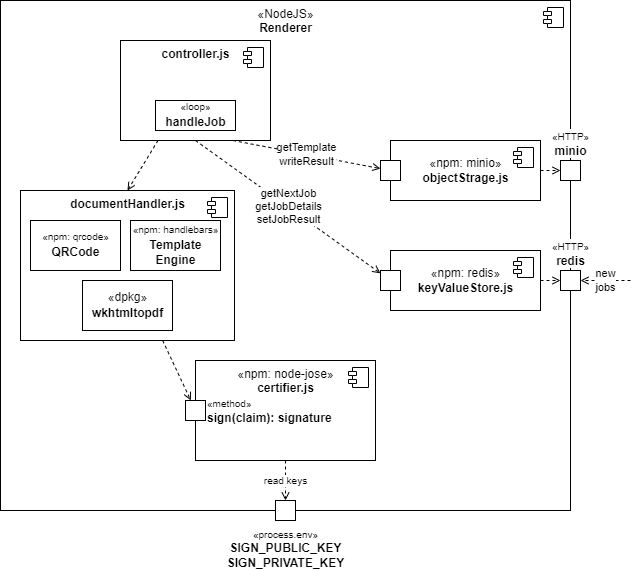
The draw.io diagram doc/box-view-L2-renderer.drawio.png in PapaBravo/certify-pdfs, before a commit. Source tidied: cells renumbered, new cells last; positions are measured from the earlier drawing's top-left corner, leaving out a move shared by most shapes. Its diagram source:
```xml
<mxGraphModel background="#ffffff">
  <root>
    <mxCell id="0" />
    <mxCell id="1" parent="0" />
    <mxCell id="2" value="«NodeJS»&lt;br&gt;&lt;b&gt;Renderer&lt;/b&gt;" style="html=1;verticalAlign=top;fillColor=none;" parent="1" vertex="1">
      <mxGeometry width="570" height="510" as="geometry" />
    </mxCell>
    <mxCell id="3" style="shape=module;jettyWidth=8;jettyHeight=4;" parent="2" vertex="1">
      <mxGeometry x="1" width="20" height="20" relative="1" as="geometry">
        <mxPoint x="-27" y="7" as="offset" />
      </mxGeometry>
    </mxCell>
    <mxCell id="4" style="edgeStyle=none;rounded=0;jettySize=auto;html=1;exitX=1;exitY=0.5;exitDx=0;exitDy=0;dashed=1;fontSize=10;endArrow=open;endFill=0;" parent="2" edge="1" source="5" target="11">
      <mxGeometry relative="1" as="geometry" />
    </mxCell>
    <mxCell id="5" value="«npm: minio»&lt;br&gt;&lt;b&gt;objectStrage.js&lt;br&gt;&lt;/b&gt;" style="html=1;strokeColor=default;strokeWidth=1;fillColor=default;" parent="2" vertex="1">
      <mxGeometry x="390" y="140" width="150" height="60" as="geometry" />
    </mxCell>
    <mxCell id="6" style="shape=module;jettyWidth=8;jettyHeight=4;strokeColor=default;strokeWidth=1;fillColor=none;" parent="5" vertex="1">
      <mxGeometry x="1" width="20" height="20" relative="1" as="geometry">
        <mxPoint x="-27" y="7" as="offset" />
      </mxGeometry>
    </mxCell>
    <mxCell id="7" style="html=1;strokeColor=default;strokeWidth=1;fillColor=default;labelPosition=center;verticalLabelPosition=top;align=center;verticalAlign=bottom;labelBackgroundColor=default;" parent="5" vertex="1">
      <mxGeometry x="-10" y="20" width="20" height="20" as="geometry" />
    </mxCell>
    <mxCell id="8" value="«npm: redis»&lt;br&gt;&lt;b&gt;keyValueStore.js&lt;br&gt;&lt;/b&gt;" style="html=1;strokeColor=default;strokeWidth=1;fillColor=default;" parent="2" vertex="1">
      <mxGeometry x="390" y="250" width="150" height="60" as="geometry" />
    </mxCell>
    <mxCell id="9" style="shape=module;jettyWidth=8;jettyHeight=4;strokeColor=default;strokeWidth=1;fillColor=none;" parent="8" vertex="1">
      <mxGeometry x="1" width="20" height="20" relative="1" as="geometry">
        <mxPoint x="-27" y="7" as="offset" />
      </mxGeometry>
    </mxCell>
    <mxCell id="10" style="html=1;strokeColor=default;strokeWidth=1;fillColor=default;labelPosition=center;verticalLabelPosition=top;align=center;verticalAlign=bottom;labelBackgroundColor=default;" parent="8" vertex="1">
      <mxGeometry x="-10" y="20" width="20" height="20" as="geometry" />
    </mxCell>
    <mxCell id="11" value="&lt;font style=&quot;font-size: 10px;&quot;&gt;«HTTP»&lt;/font&gt;&lt;br&gt;&lt;b&gt;minio&lt;/b&gt;" style="html=1;strokeColor=default;strokeWidth=1;fillColor=default;labelPosition=center;verticalLabelPosition=top;align=center;verticalAlign=bottom;labelBackgroundColor=default;" parent="2" vertex="1">
      <mxGeometry x="560" y="160" width="20" height="20" as="geometry" />
    </mxCell>
    <mxCell id="12" value="read keys" style="edgeStyle=none;rounded=0;jettySize=auto;html=1;exitX=0.5;exitY=1;exitDx=0;exitDy=0;dashed=1;fontSize=10;endArrow=open;endFill=0;" parent="2" edge="1" source="14" target="13">
      <mxGeometry relative="1" as="geometry" />
    </mxCell>
    <mxCell id="13" value="&lt;font style=&quot;font-size: 10px;&quot;&gt;«process.env»&lt;/font&gt;&lt;br&gt;&lt;b&gt;SIGN_PUBLIC_KEY&lt;br&gt;&lt;/b&gt;&lt;b&gt;SIGN_PRIVATE_KEY&lt;/b&gt;&lt;b&gt;&lt;br&gt;&lt;/b&gt;" style="html=1;strokeColor=default;strokeWidth=1;fillColor=default;labelPosition=center;verticalLabelPosition=bottom;align=center;verticalAlign=top;labelBackgroundColor=default;" parent="2" vertex="1">
      <mxGeometry x="275" y="500" width="20" height="20" as="geometry" />
    </mxCell>
    <mxCell id="14" value="«npm: node-jose»&lt;br&gt;&lt;b&gt;certifier.js&lt;br&gt;&lt;/b&gt;" style="html=1;strokeColor=default;strokeWidth=1;fillColor=default;verticalAlign=top;" parent="2" vertex="1">
      <mxGeometry x="195" y="360" width="180" height="100" as="geometry" />
    </mxCell>
    <mxCell id="15" style="shape=module;jettyWidth=8;jettyHeight=4;strokeColor=default;strokeWidth=1;fillColor=none;" parent="14" vertex="1">
      <mxGeometry x="1" width="20" height="20" relative="1" as="geometry">
        <mxPoint x="-27" y="7" as="offset" />
      </mxGeometry>
    </mxCell>
    <mxCell id="16" value="&lt;font style=&quot;font-size: 10px;&quot;&gt;«method»&lt;/font&gt;&lt;br&gt;&lt;b&gt;sign(claim): signature&lt;br&gt;&lt;/b&gt;" style="html=1;strokeColor=default;strokeWidth=1;fillColor=default;labelPosition=right;verticalLabelPosition=middle;align=left;verticalAlign=middle;labelBackgroundColor=default;" parent="14" vertex="1">
      <mxGeometry x="-10" y="40" width="20" height="20" as="geometry" />
    </mxCell>
    <mxCell id="17" value="getNextJob&lt;br&gt;getJobDetails&lt;br&gt;setJobResult" style="edgeStyle=none;rounded=0;jettySize=auto;html=1;exitX=0.5;exitY=1;exitDx=0;exitDy=0;dashed=1;endArrow=open;endFill=0;" parent="2" edge="1" source="20" target="10">
      <mxGeometry relative="1" as="geometry" />
    </mxCell>
    <mxCell id="18" value="getTemplate&lt;br&gt;writeResult" style="edgeStyle=none;rounded=0;jettySize=auto;html=1;exitX=0.75;exitY=1;exitDx=0;exitDy=0;dashed=1;endArrow=open;endFill=0;" parent="2" edge="1" source="20" target="7">
      <mxGeometry relative="1" as="geometry" />
    </mxCell>
    <mxCell id="19" style="edgeStyle=none;rounded=0;jettySize=auto;html=1;exitX=0.25;exitY=1;exitDx=0;exitDy=0;entryX=0.5;entryY=0;entryDx=0;entryDy=0;dashed=1;endArrow=open;endFill=0;" parent="2" edge="1" source="20" target="24">
      <mxGeometry relative="1" as="geometry" />
    </mxCell>
    <mxCell id="20" value="&lt;b&gt;controller.js&lt;br&gt;&lt;/b&gt;" style="html=1;strokeColor=default;strokeWidth=1;fillColor=default;verticalAlign=top;" parent="2" vertex="1">
      <mxGeometry x="120" y="40" width="150" height="100" as="geometry" />
    </mxCell>
    <mxCell id="21" style="shape=module;jettyWidth=8;jettyHeight=4;strokeColor=default;strokeWidth=1;fillColor=none;" parent="20" vertex="1">
      <mxGeometry x="1" width="20" height="20" relative="1" as="geometry">
        <mxPoint x="-27" y="7" as="offset" />
      </mxGeometry>
    </mxCell>
    <mxCell id="22" value="«loop»&lt;br style=&quot;font-size: 12px;&quot;&gt;&lt;span style=&quot;font-size: 12px;&quot;&gt;&lt;b&gt;handleJob&lt;/b&gt;&lt;/span&gt;" style="html=1;labelBackgroundColor=default;strokeColor=default;strokeWidth=1;fontSize=10;fillColor=default;" parent="20" vertex="1">
      <mxGeometry x="35" y="60" width="80" height="30" as="geometry" />
    </mxCell>
    <mxCell id="23" style="rounded=0;jettySize=auto;html=1;dashed=1;endArrow=open;endFill=0;" parent="2" edge="1" source="24" target="16">
      <mxGeometry relative="1" as="geometry" />
    </mxCell>
    <mxCell id="24" value="&lt;b&gt;documentHandler.js&lt;br&gt;&lt;/b&gt;" style="html=1;strokeColor=default;strokeWidth=1;fillColor=default;verticalAlign=top;" parent="2" vertex="1">
      <mxGeometry x="20" y="190" width="214" height="150" as="geometry" />
    </mxCell>
    <mxCell id="25" style="shape=module;jettyWidth=8;jettyHeight=4;strokeColor=default;strokeWidth=1;fillColor=none;" parent="24" vertex="1">
      <mxGeometry x="1" width="20" height="20" relative="1" as="geometry">
        <mxPoint x="-27" y="7" as="offset" />
      </mxGeometry>
    </mxCell>
    <mxCell id="26" value="«npm: qrcode»&lt;br style=&quot;font-size: 12px;&quot;&gt;&lt;span style=&quot;font-size: 12px;&quot;&gt;&lt;b&gt;QRCode&lt;/b&gt;&lt;/span&gt;" style="html=1;labelBackgroundColor=default;strokeColor=default;strokeWidth=1;fontSize=10;fillColor=default;" parent="24" vertex="1">
      <mxGeometry x="10" y="30" width="90" height="50" as="geometry" />
    </mxCell>
    <mxCell id="27" value="«npm: handlebars»&lt;br style=&quot;font-size: 12px;&quot;&gt;&lt;span style=&quot;font-size: 12px;&quot;&gt;&lt;b&gt;Template&lt;br&gt;Engine&lt;br&gt;&lt;/b&gt;&lt;/span&gt;" style="html=1;labelBackgroundColor=default;strokeColor=default;strokeWidth=1;fontSize=10;fillColor=default;" parent="24" vertex="1">
      <mxGeometry x="110" y="30" width="90" height="50" as="geometry" />
    </mxCell>
    <mxCell id="28" value="&lt;span style=&quot;font-size: 12px;&quot;&gt;«dpkg»&lt;/span&gt;&lt;br style=&quot;font-size: 12px;&quot;&gt;&lt;b style=&quot;font-size: 12px;&quot;&gt;wkhtmltopdf&lt;/b&gt;" style="html=1;labelBackgroundColor=none;strokeColor=default;strokeWidth=1;fontSize=10;fillColor=none;" parent="24" vertex="1">
      <mxGeometry x="62" y="90" width="90" height="50" as="geometry" />
    </mxCell>
    <mxCell id="29" value="&lt;font style=&quot;font-size: 10px;&quot;&gt;«HTTP»&lt;/font&gt;&lt;br&gt;&lt;b&gt;redis&lt;/b&gt;" style="html=1;strokeColor=default;strokeWidth=1;fillColor=default;labelPosition=center;verticalLabelPosition=top;align=center;verticalAlign=bottom;labelBackgroundColor=default;" parent="2" vertex="1">
      <mxGeometry x="560" y="270" width="20" height="20" as="geometry" />
    </mxCell>
    <mxCell id="30" style="edgeStyle=none;rounded=0;jettySize=auto;html=1;exitX=1;exitY=0.5;exitDx=0;exitDy=0;dashed=1;fontSize=10;endArrow=open;endFill=0;" parent="2" edge="1" source="8" target="29">
      <mxGeometry relative="1" as="geometry" />
    </mxCell>
    <mxCell id="31" value="new&lt;br&gt;jobs" style="edgeStyle=none;rounded=0;jettySize=auto;html=1;dashed=1;endArrow=open;endFill=0;" parent="1" edge="1" target="29">
      <mxGeometry relative="1" as="geometry">
        <mxPoint x="630" y="280" as="sourcePoint" />
      </mxGeometry>
    </mxCell>
  </root>
</mxGraphModel>
```
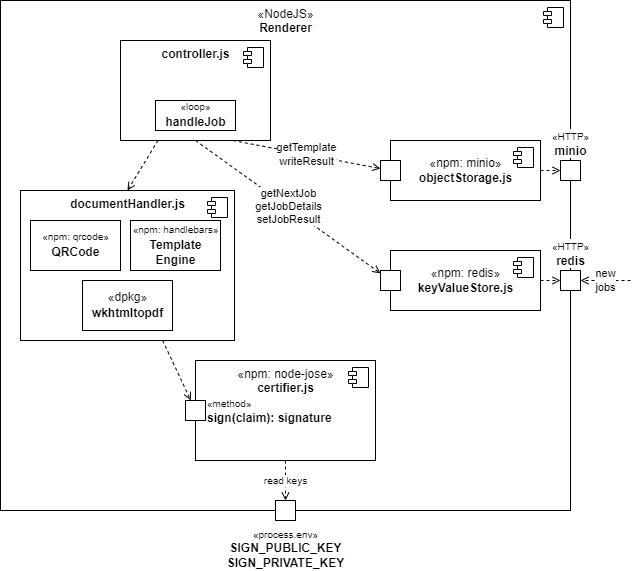
The same diagram one commit later.

The edit, as a diff of the source:
```diff
@@ -13,7 +13,7 @@
     <mxCell id="4" style="edgeStyle=none;rounded=0;jettySize=auto;html=1;exitX=1;exitY=0.5;exitDx=0;exitDy=0;dashed=1;fontSize=10;endArrow=open;endFill=0;" parent="2" edge="1" source="5" target="11">
       <mxGeometry relative="1" as="geometry" />
     </mxCell>
-    <mxCell id="5" value="«npm: minio»&lt;br&gt;&lt;b&gt;objectStrage.js&lt;br&gt;&lt;/b&gt;" style="html=1;strokeColor=default;strokeWidth=1;fillColor=default;" parent="2" vertex="1">
+    <mxCell id="5" value="«npm: minio»&lt;br&gt;&lt;b&gt;objectStorage.js&lt;br&gt;&lt;/b&gt;" style="html=1;strokeColor=default;strokeWidth=1;fillColor=default;" parent="2" vertex="1">
       <mxGeometry x="390" y="140" width="150" height="60" as="geometry" />
     </mxCell>
     <mxCell id="6" style="shape=module;jettyWidth=8;jettyHeight=4;strokeColor=default;strokeWidth=1;fillColor=none;" parent="5" vertex="1">
```
